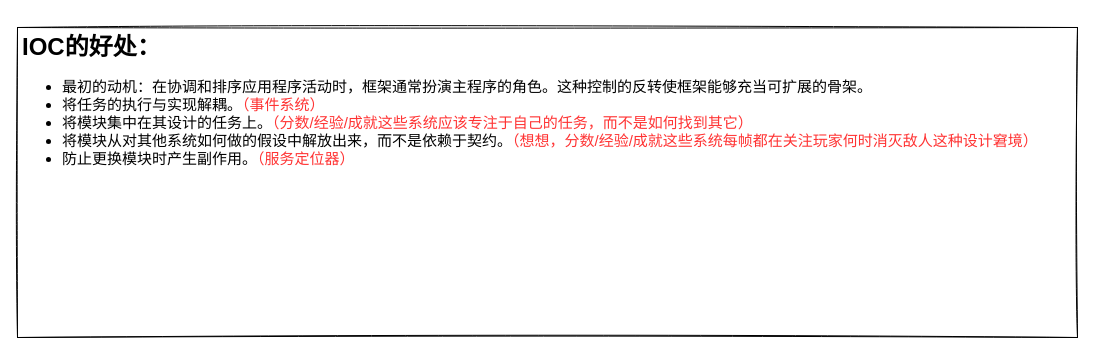
Earlier version of the draw.io diagram page "IOC的好处" (3 of 8) of StartFramework.drawio (sass00n1/StartFramework). Source tidied: cells renumbered, new cells numbered last; positions are measured from the earlier drawing's top-left corner, leaving out a move shared by most shapes. Both pictures are drawn from the tidied source at 100%, with x=0, y=0 at pixel (17, 27).
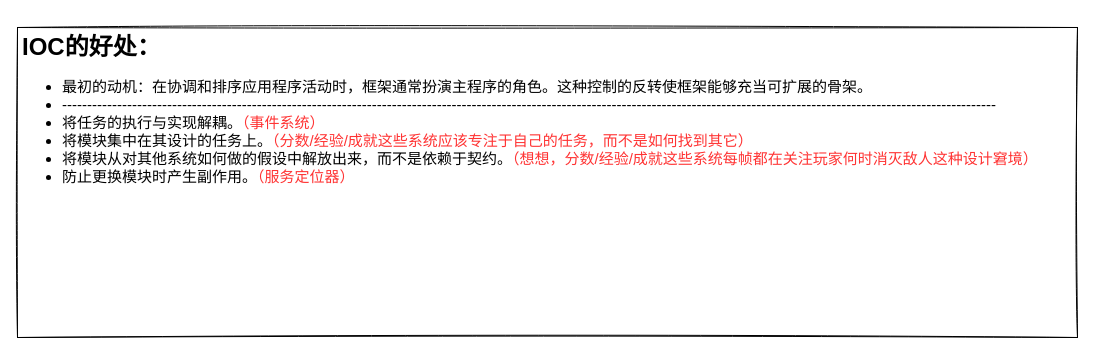
Above is the later version.

The edit, as a diff of the source:
```diff
@@
 <mxGraphModel>
   <root>
     <mxCell id="0" />
     <mxCell id="1" parent="0" />
-    <mxCell id="2" value="&lt;h1&gt;IOC的好处：&lt;/h1&gt;&lt;div style=&quot;font-size: 15px&quot;&gt;&lt;ul&gt;&lt;li&gt;最初的动机：在协调和排序应用程序活动时，框架通常扮演主程序的角色。这种控制的反转使框架能够充当可扩展的骨架。&lt;/li&gt;&lt;li&gt;将任务的执行与实现解耦。&lt;font style=&quot;font-size: 15px&quot; color=&quot;#FF3333&quot;&gt;（事件系统）&lt;/font&gt;&lt;/li&gt;&lt;li&gt;将模块集中在其设计的任务上。&lt;font color=&quot;#FF3333&quot;&gt;（分数/经验/成就这些系统应该专注于自己的任务，而不是如何找到其它）&lt;/font&gt;&lt;/li&gt;&lt;li&gt;将模块从对其他系统如何做的假设中解放出来，而不是依赖于契约。&lt;font color=&quot;#FF3333&quot;&gt;（想想，分数/经验/成就这些系统每帧都在关注玩家何时消灭敌人这种设计窘境）&lt;/font&gt;&lt;/li&gt;&lt;li&gt;防止更换模块时产生副作用。&lt;font style=&quot;font-size: 15px&quot; color=&quot;#FF3333&quot;&gt;（服务定位器）&lt;/font&gt;&lt;/li&gt;&lt;/ul&gt;&lt;/div&gt;" style="text;html=1;strokeColor=default;fillColor=none;spacing=5;spacingTop=-20;whiteSpace=wrap;overflow=hidden;rounded=0;shadow=0;glass=0;sketch=1;" parent="1" vertex="1">
+    <mxCell id="2" value="&lt;h1&gt;IOC的好处：&lt;/h1&gt;&lt;div style=&quot;font-size: 15px&quot;&gt;&lt;ul&gt;&lt;li&gt;最初的动机：在协调和排序应用程序活动时，框架通常扮演主程序的角色。这种控制的反转使框架能够充当可扩展的骨架。&lt;/li&gt;&lt;li&gt;-------------------------------------------------------------------------------------------------------------------------------------------------------------------------------------------&lt;br&gt;&lt;/li&gt;&lt;li&gt;将任务的执行与实现解耦。&lt;font style=&quot;font-size: 15px&quot; color=&quot;#FF3333&quot;&gt;（事件系统）&lt;/font&gt;&lt;/li&gt;&lt;li&gt;将模块集中在其设计的任务上。&lt;font color=&quot;#FF3333&quot;&gt;（分数/经验/成就这些系统应该专注于自己的任务，而不是如何找到其它）&lt;/font&gt;&lt;/li&gt;&lt;li&gt;将模块从对其他系统如何做的假设中解放出来，而不是依赖于契约。&lt;font color=&quot;#FF3333&quot;&gt;（想想，分数/经验/成就这些系统每帧都在关注玩家何时消灭敌人这种设计窘境）&lt;/font&gt;&lt;/li&gt;&lt;li&gt;防止更换模块时产生副作用。&lt;font style=&quot;font-size: 15px&quot; color=&quot;#FF3333&quot;&gt;（服务定位器）&lt;/font&gt;&lt;/li&gt;&lt;/ul&gt;&lt;/div&gt;" style="text;html=1;strokeColor=default;fillColor=none;spacing=5;spacingTop=-20;whiteSpace=wrap;overflow=hidden;rounded=0;shadow=0;glass=0;sketch=1;" parent="1" vertex="1">
       <mxGeometry width="1060" height="310" as="geometry" />
     </mxCell>
   </root>
 </mxGraphModel>
```
